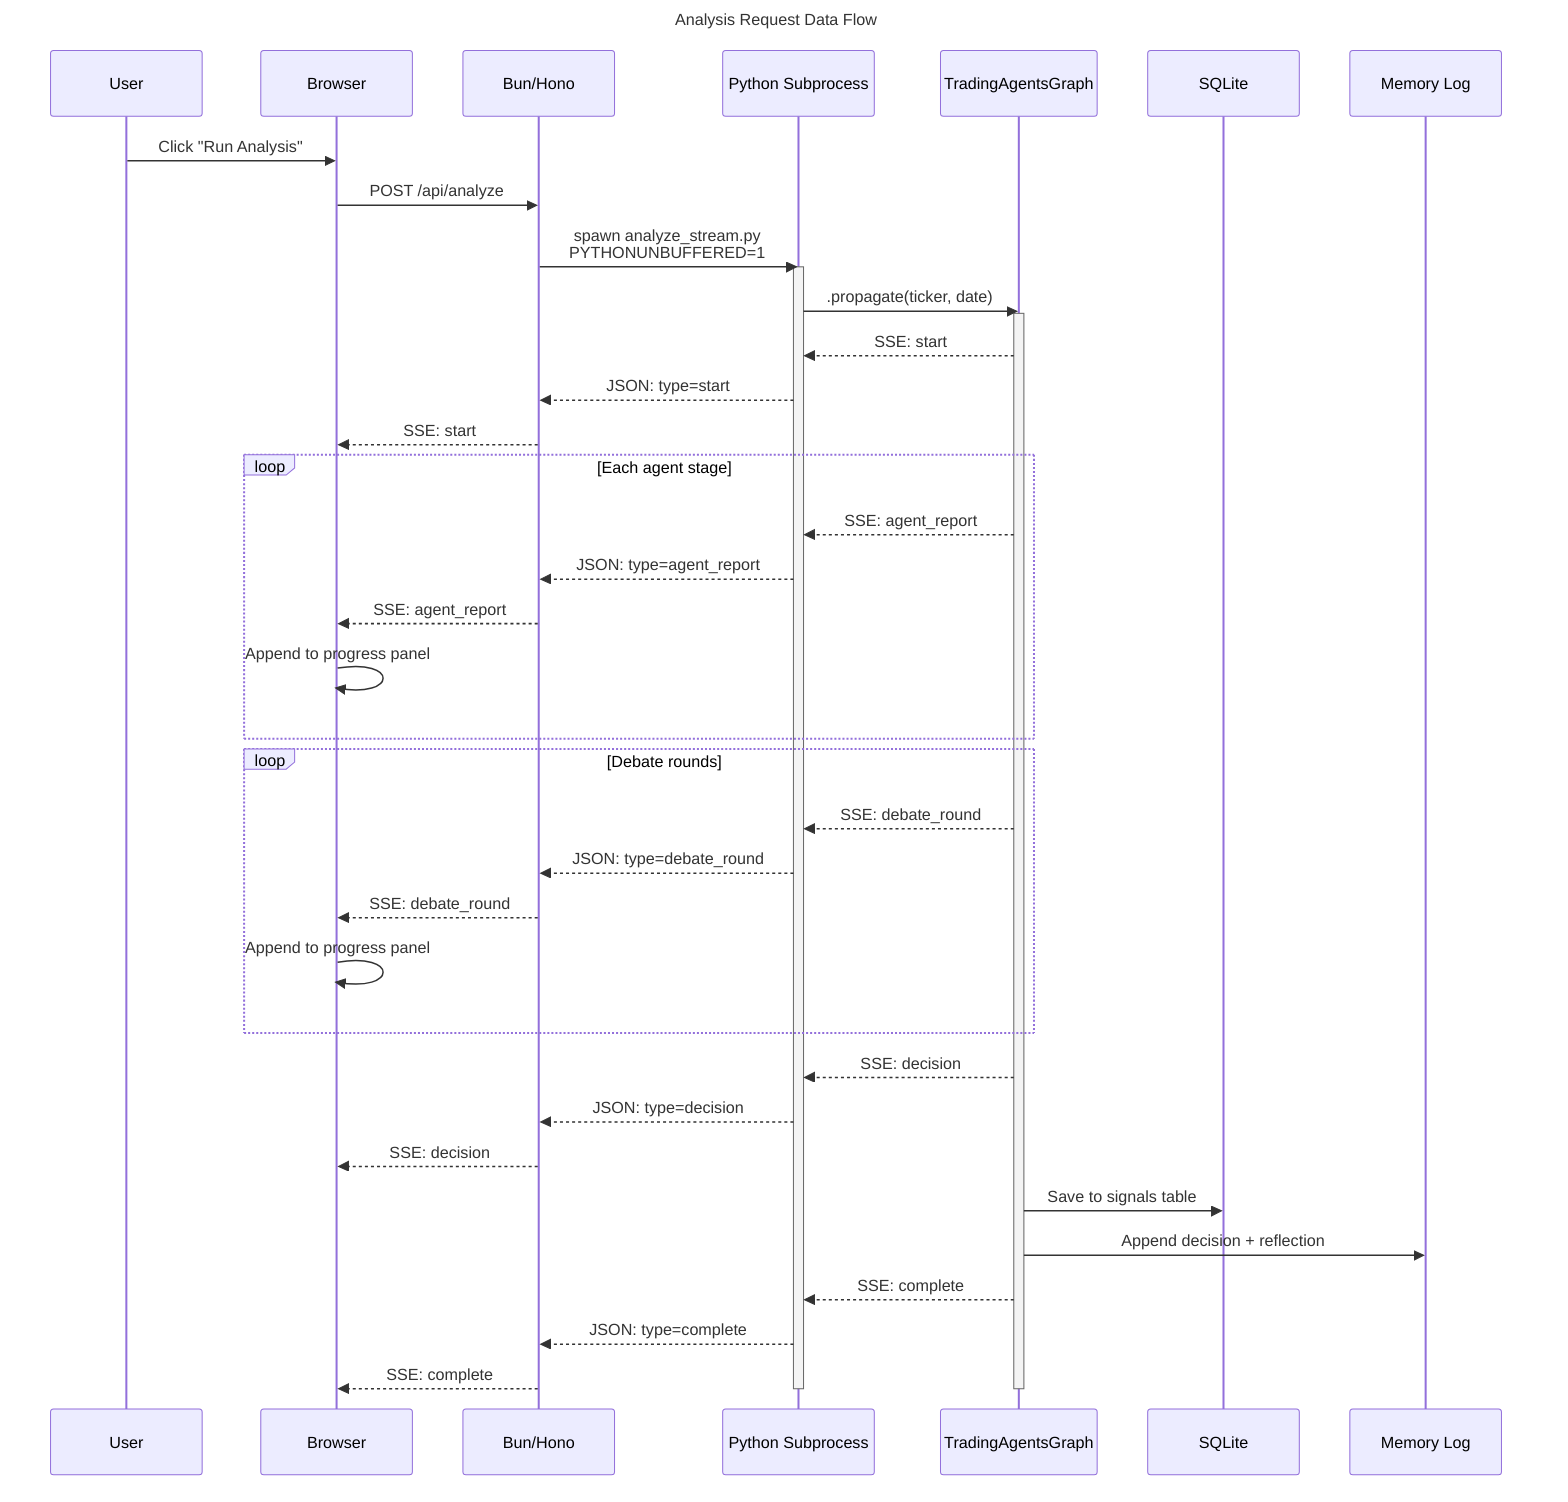
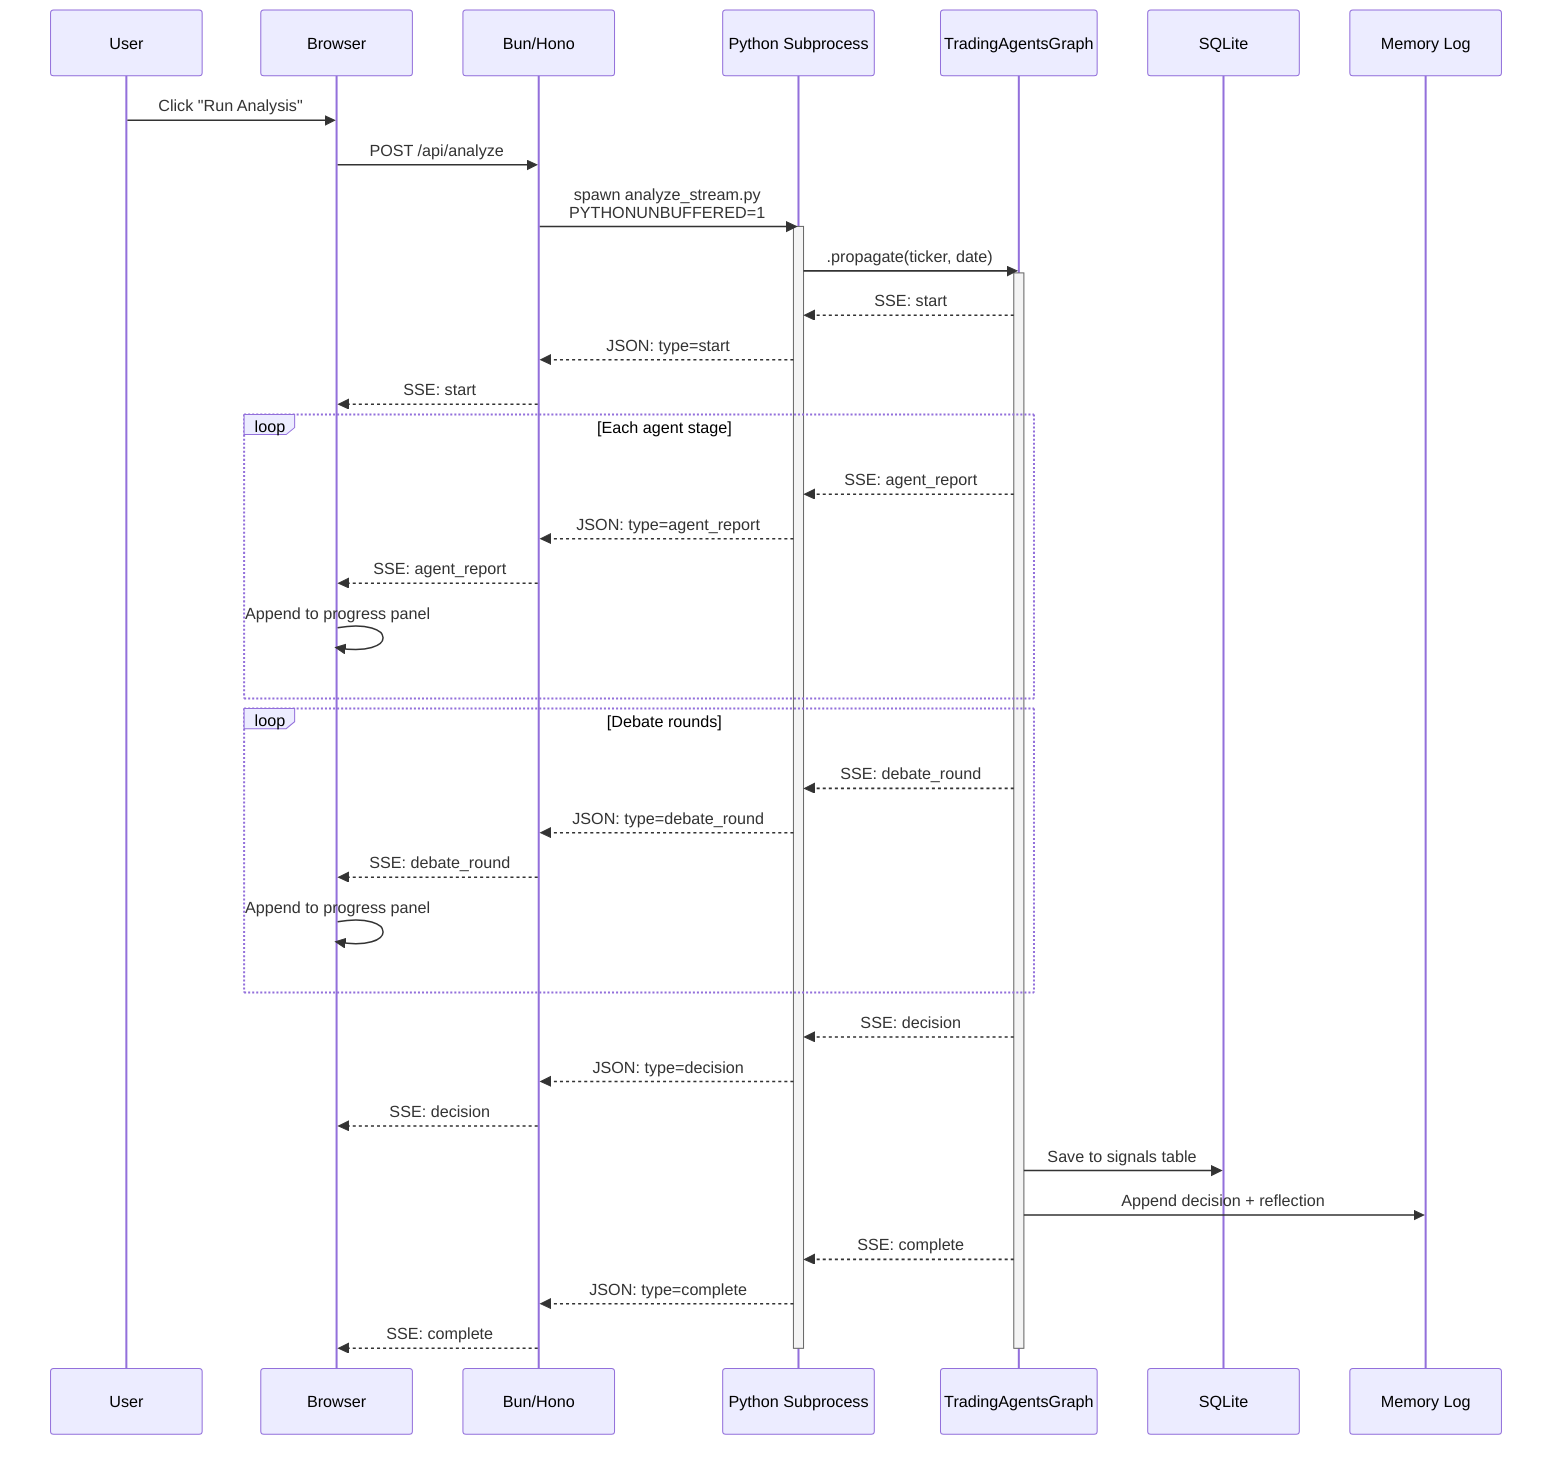
- ---
- title: "Analysis Request Data Flow"
- description: "Sequence diagram showing what happens when the user clicks Run Analysis: browser → POST → Bun spawn → Python propagate → SSE events → decision save."
- ---
- 
```mermaid
sequenceDiagram
    participant U as User
    participant B as Browser
    participant H as Bun/Hono
    participant P as Python Subprocess
    participant G as TradingAgentsGraph
    participant D as SQLite
    participant M as Memory Log

    U->>B: Click "Run Analysis"
    B->>H: POST /api/analyze
    H->>P: spawn analyze_stream.py<br/>PYTHONUNBUFFERED=1
    activate P
    P->>G: .propagate(ticker, date)
    activate G

    G-->>P: SSE: start
    P-->>H: JSON: type=start
    H-->>B: SSE: start

    loop Each agent stage
        G-->>P: SSE: agent_report
        P-->>H: JSON: type=agent_report
        H-->>B: SSE: agent_report
        B->>B: Append to progress panel
    end

    loop Debate rounds
        G-->>P: SSE: debate_round
        P-->>H: JSON: type=debate_round
        H-->>B: SSE: debate_round
        B->>B: Append to progress panel
    end

    G-->>P: SSE: decision
    P-->>H: JSON: type=decision
    H-->>B: SSE: decision

    G->>D: Save to signals table
    G->>M: Append decision + reflection
    G-->>P: SSE: complete
    P-->>H: JSON: type=complete
    H-->>B: SSE: complete
    deactivate G
    deactivate P
```
